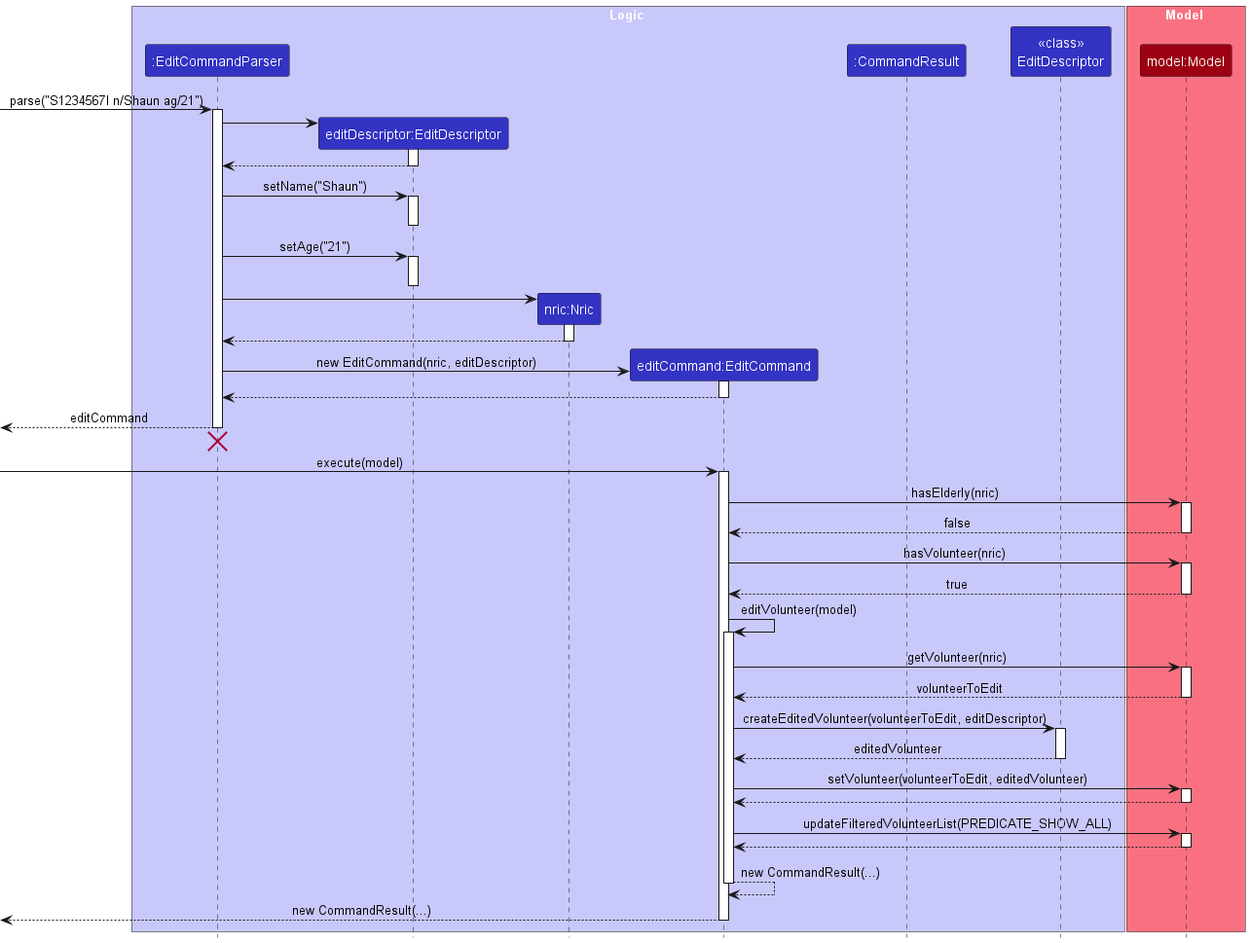
Before: docs/images/developerGuide/EditSequenceDiagram.png, a diagram exported from PlantUML (nus-cs2103-AY2223S2/tp).
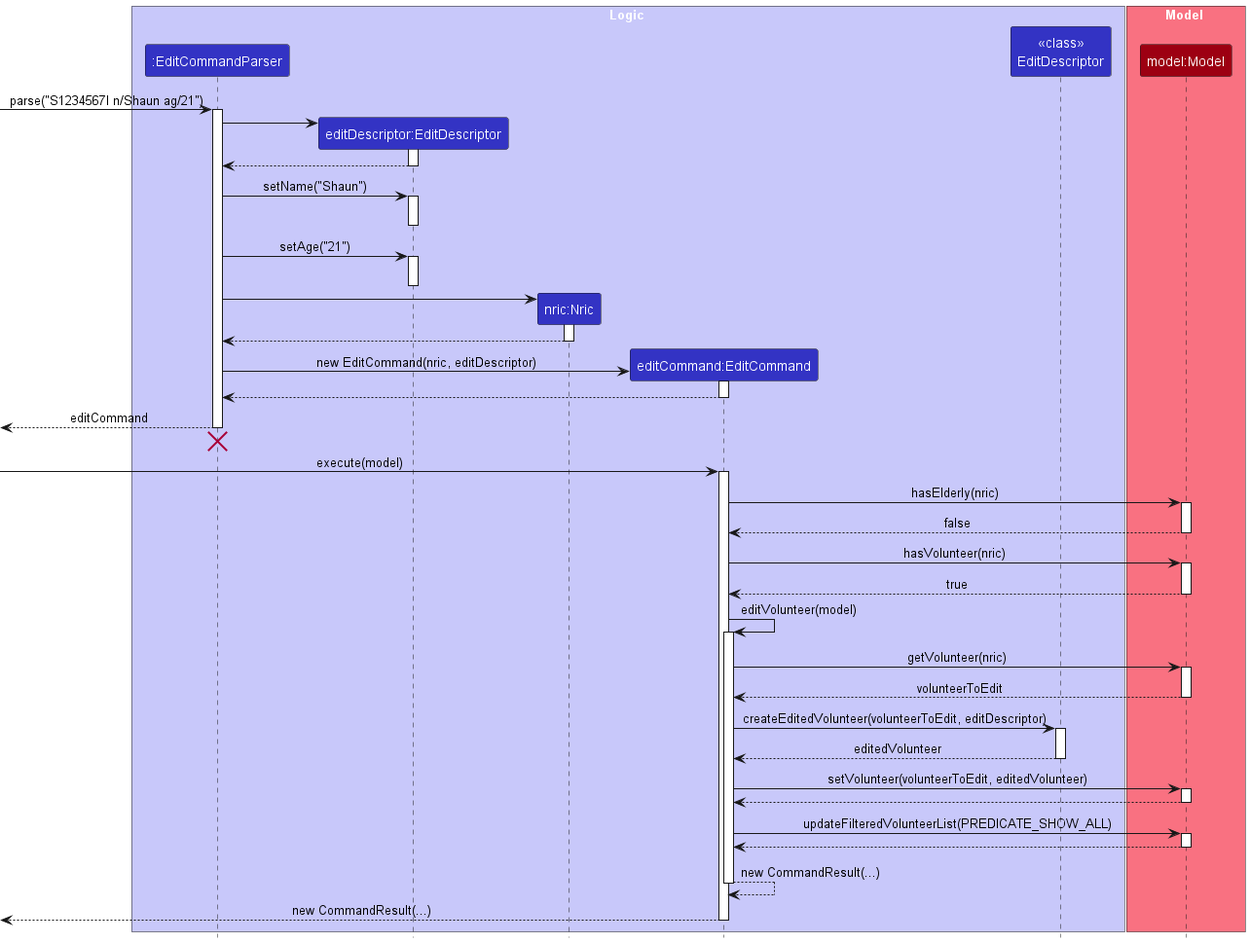
Later version of the same file.

Commit message:
Remove CommandResult from diagram

What changed in the source:
```diff
@@ -6,7 +6,6 @@
 participant "editDescriptor:EditDescriptor" as EditDescriptor LOGIC_COLOR
 participant "nric:Nric" as Nric LOGIC_COLOR
 participant "editCommand:EditCommand" as EditCommand LOGIC_COLOR
-participant ":CommandResult" as CommandResult LOGIC_COLOR
 participant "<<class>>\nEditDescriptor" as EditDescriptorStatic LOGIC_COLOR
 end box
 
@@ -90,6 +89,4 @@
 EditCommand -->[ : new CommandResult(...)
 deactivate EditCommand
 
-
-
 @enduml
```
